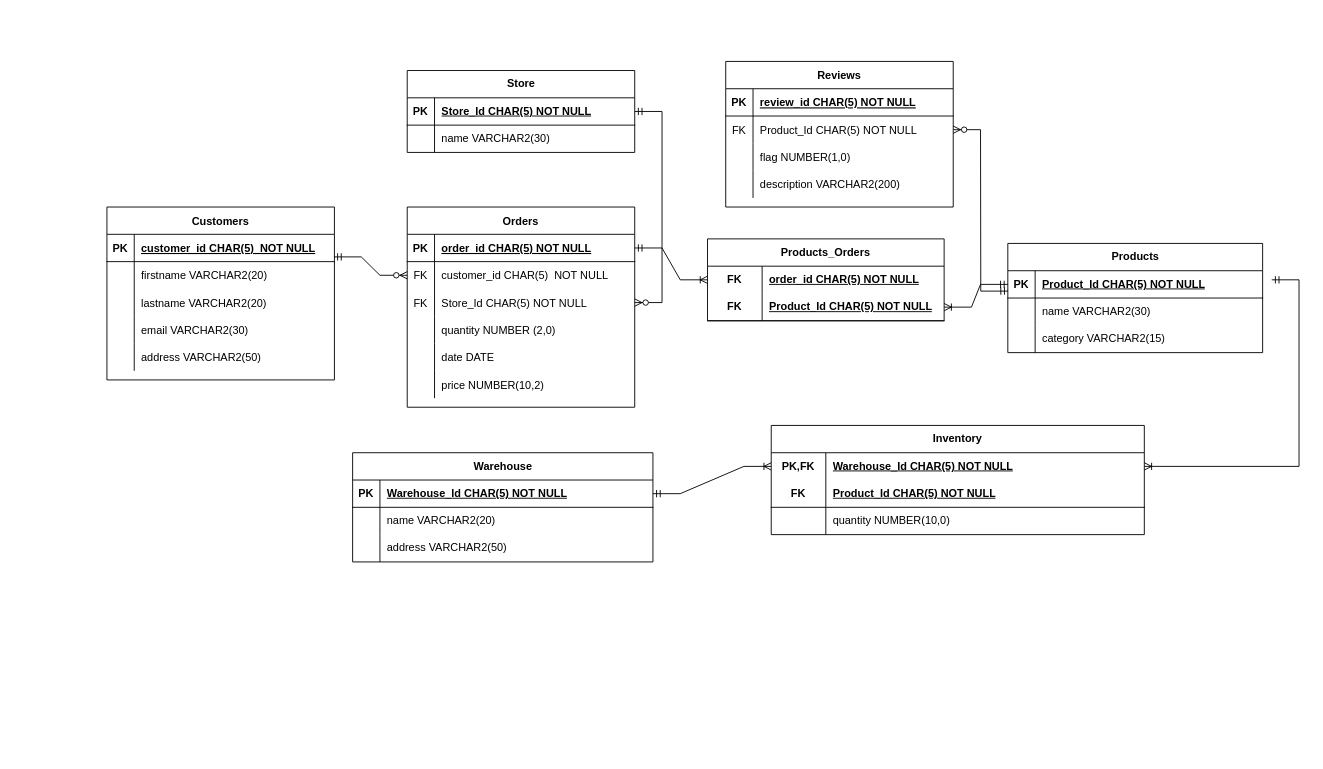
Before: SQL/ERD.drawio in mperusse21/SuperstoreSimulation, a draw.io diagram. Source tidied: cells renumbered, new cells numbered last; positions are measured from the earlier drawing's top-left corner, leaving out a move shared by most shapes. Both pictures are drawn from the tidied source at 91%, with x=0, y=0 at pixel (106, 61).
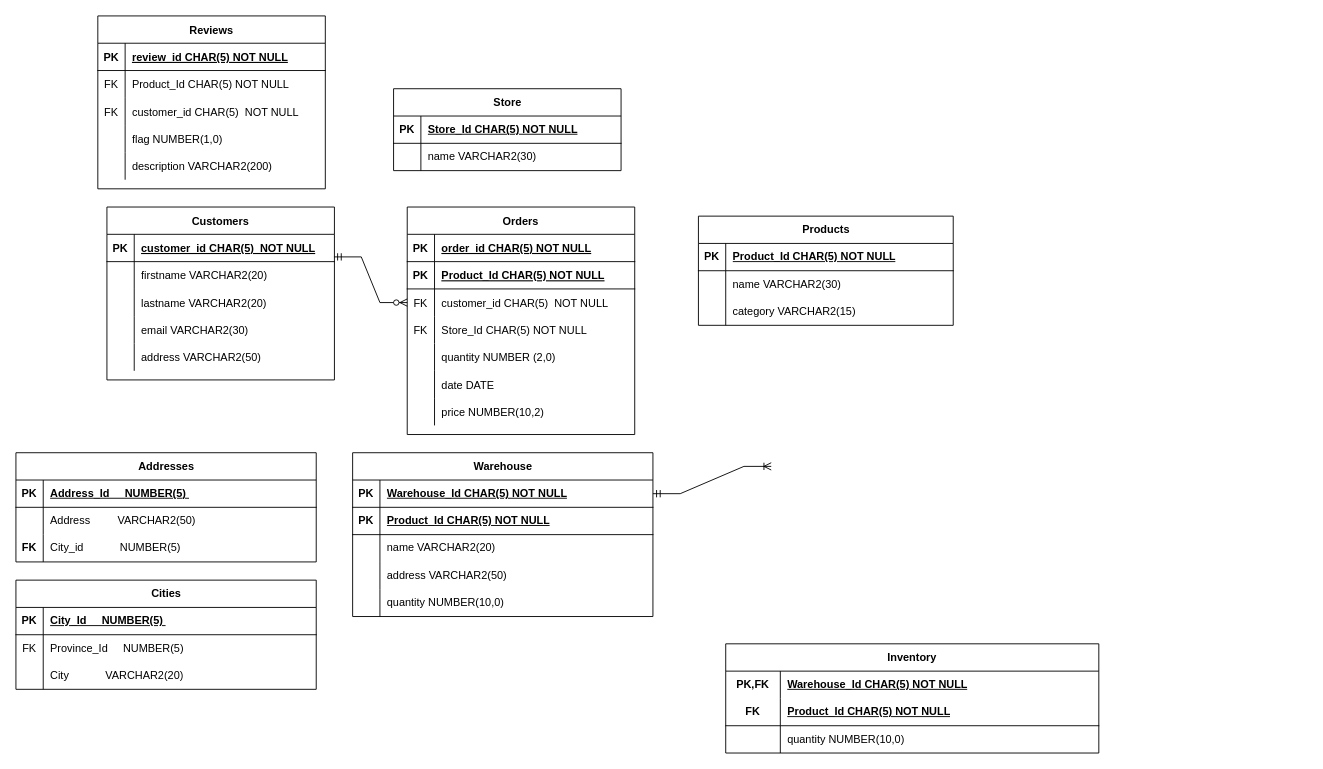
The same diagram, later.

Commit message (it also covers changes not shown here):
Updated ERD and started normalizing

Unchanged cells that the change refers to:
```xml
<mxCell id="3" style="shape=partialRectangle;fillColor=none;points=[[0,0.5],[1,0.5]];portConstraint=eastwest;top=0;left=0;right=0;bottom=1;" parent="2" vertex="1">
  <mxGeometry y="30" width="250" height="30" as="geometry" />
</mxCell>
<mxCell id="25" style="shape=partialRectangle;fillColor=none;points=[[0,0.5],[1,0.5]];portConstraint=eastwest;top=0;left=0;right=0;bottom=0;" parent="21" vertex="1">
  <mxGeometry y="60" width="250" height="30" as="geometry" />
</mxCell>
<mxCell id="35" style="shape=partialRectangle;fillColor=none;points=[[0,0.5],[1,0.5]];portConstraint=eastwest;top=0;left=0;right=0;bottom=1;" parent="34" vertex="1">
  <mxGeometry y="30" width="250" height="30" as="geometry" />
</mxCell>
<mxCell id="51" style="shape=tableRow;horizontal=0;startSize=0;swimlaneHead=0;swimlaneBody=0;fillColor=none;points=[[0,0.5],[1,0.5]];portConstraint=eastwest;top=0;left=0;right=0;bottom=1;" parent="50" vertex="1">
  <mxGeometry y="30" width="250" height="30" as="geometry" />
</mxCell>
<mxCell id="58" style="shape=tableRow;horizontal=0;startSize=0;swimlaneHead=0;swimlaneBody=0;fillColor=none;points=[[0,0.5],[1,0.5]];portConstraint=eastwest;top=0;left=0;right=0;bottom=1;" parent="57" vertex="1">
  <mxGeometry y="30" width="280" height="30" as="geometry" />
</mxCell>
<mxCell id="68" style="shape=tableRow;horizontal=0;startSize=0;swimlaneHead=0;swimlaneBody=0;fillColor=none;points=[[0,0.5],[1,0.5]];portConstraint=eastwest;top=0;left=0;right=0;bottom=1;" parent="67" vertex="1">
  <mxGeometry y="30" width="330" height="30" as="geometry" />
</mxCell>
<mxCell id="85" style="shape=tableRow;horizontal=0;startSize=0;swimlaneHead=0;swimlaneBody=0;fillColor=none;points=[[0,0.5],[1,0.5]];portConstraint=eastwest;top=0;left=0;right=0;bottom=0;html=1;" parent="84" vertex="1">
  <mxGeometry y="30" width="410" height="30" as="geometry" />
</mxCell>
<mxCell id="88" style="shape=tableRow;horizontal=0;startSize=0;swimlaneHead=0;swimlaneBody=0;fillColor=none;top=0;left=0;right=0;bottom=1;html=1;" parent="84" vertex="1">
  <mxGeometry y="60" width="410" height="30" as="geometry" />
</mxCell>
```

The edit, as a diff of the source:
```diff
@@
     <mxCell id="2" value="Orders" style="shape=table;startSize=30;childLayout=tableLayout;rowLines=0;fontStyle=1;align=center;" parent="1" vertex="1">
-      <mxGeometry x="330" y="160" width="250" height="220" as="geometry" />
+      <mxGeometry x="330" y="160" width="250" height="250" as="geometry" />
     </mxCell>
@@
+    <mxCell id="101" style="shape=partialRectangle;fillColor=none;top=0;left=0;right=0;bottom=1;" parent="2" vertex="1">
+      <mxGeometry y="60" width="250" height="30" as="geometry" />
+    </mxCell>
+    <mxCell id="102" value="PK" style="shape=partialRectangle;overflow=hidden;fillColor=none;top=0;left=0;bottom=0;right=0;fontStyle=1;" parent="101" vertex="1">
+      <mxGeometry width="30" height="30" as="geometry" />
+    </mxCell>
+    <mxCell id="103" value="Product_Id CHAR(5) NOT NULL" style="shape=partialRectangle;overflow=hidden;fillColor=none;top=0;left=0;bottom=0;right=0;align=left;spacingLeft=6;fontStyle=5;" parent="101" vertex="1">
+      <mxGeometry x="30" width="220" height="30" as="geometry" />
+    </mxCell>
     <mxCell id="6" style="shape=partialRectangle;fillColor=none;points=[[0,0.5],[1,0.5]];portConstraint=eastwest;top=0;left=0;right=0;bottom=0;" parent="2" vertex="1">
-      <mxGeometry y="60" width="250" height="30" as="geometry" />
+      <mxGeometry y="90" width="250" height="30" as="geometry" />
     </mxCell>
@@
     <mxCell id="9" style="shape=partialRectangle;fillColor=none;points=[[0,0.5],[1,0.5]];portConstraint=eastwest;top=0;left=0;right=0;bottom=0;" parent="2" vertex="1">
-      <mxGeometry y="90" width="250" height="30" as="geometry" />
+      <mxGeometry y="120" width="250" height="30" as="geometry" />
     </mxCell>
@@
     <mxCell id="12" style="shape=partialRectangle;fillColor=none;top=0;left=0;right=0;bottom=0;" parent="2" vertex="1">
-      <mxGeometry y="120" width="250" height="30" as="geometry" />
+      <mxGeometry y="150" width="250" height="30" as="geometry" />
     </mxCell>
@@
     <mxCell id="15" style="shape=partialRectangle;fillColor=none;top=0;left=0;right=0;bottom=0;" parent="2" vertex="1">
-      <mxGeometry y="150" width="250" height="30" as="geometry" />
+      <mxGeometry y="180" width="250" height="30" as="geometry" />
     </mxCell>
@@
     <mxCell id="18" style="shape=partialRectangle;fillColor=none;top=0;left=0;right=0;bottom=0;" parent="2" vertex="1">
-      <mxGeometry y="180" width="250" height="30" as="geometry" />
+      <mxGeometry y="210" width="250" height="30" as="geometry" />
     </mxCell>
@@
     <mxCell id="21" value="Reviews" style="shape=table;startSize=30;childLayout=tableLayout;rowLines=0;fontStyle=1;align=center;" parent="1" vertex="1">
-      <mxGeometry x="680" width="250" height="160" as="geometry" />
+      <mxGeometry x="-10" y="-50" width="250" height="190" as="geometry" />
     </mxCell>
@@
+    <mxCell id="104" style="shape=partialRectangle;fillColor=none;top=0;left=0;right=0;bottom=0;" parent="21" vertex="1">
+      <mxGeometry y="90" width="250" height="30" as="geometry" />
+    </mxCell>
+    <mxCell id="105" value="FK" style="shape=partialRectangle;overflow=hidden;fillColor=none;top=0;left=0;bottom=0;right=0;" parent="104" vertex="1">
+      <mxGeometry width="30" height="30" as="geometry" />
+    </mxCell>
+    <mxCell id="106" value="customer_id CHAR(5)  NOT NULL" style="shape=partialRectangle;overflow=hidden;fillColor=none;top=0;left=0;bottom=0;right=0;align=left;spacingLeft=6;" parent="104" vertex="1">
+      <mxGeometry x="30" width="220" height="30" as="geometry" />
+    </mxCell>
     <mxCell id="28" style="shape=partialRectangle;fillColor=none;top=0;left=0;right=0;bottom=0;" parent="21" vertex="1">
-      <mxGeometry y="90" width="250" height="30" as="geometry" />
+      <mxGeometry y="120" width="250" height="30" as="geometry" />
     </mxCell>
@@
     <mxCell id="31" style="shape=partialRectangle;fillColor=none;top=0;left=0;right=0;bottom=0;" parent="21" vertex="1">
-      <mxGeometry y="120" width="250" height="30" as="geometry" />
+      <mxGeometry y="150" width="250" height="30" as="geometry" />
     </mxCell>
@@
     <mxCell id="50" value="Store" style="shape=table;startSize=30;childLayout=tableLayout;rowLines=0;fontStyle=1;align=center;html=1;" parent="1" vertex="1">
-      <mxGeometry x="330" y="10" width="250" height="90" as="geometry" />
+      <mxGeometry x="315" y="30" width="250" height="90" as="geometry" />
     </mxCell>
@@
     <mxCell id="57" value="Products" style="shape=table;startSize=30;childLayout=tableLayout;rowLines=0;fontStyle=1;align=center;html=1;" parent="1" vertex="1">
-      <mxGeometry x="990" y="200" width="280" height="120" as="geometry" />
+      <mxGeometry x="650" y="170" width="280" height="120" as="geometry" />
     </mxCell>
@@
     <mxCell id="67" value="Warehouse" style="shape=table;startSize=30;childLayout=tableLayout;rowLines=0;fontStyle=1;align=center;html=1;" parent="1" vertex="1">
-      <mxGeometry x="270" y="430" width="330" height="120" as="geometry" />
+      <mxGeometry x="270" y="430" width="330" height="180" as="geometry" />
     </mxCell>
@@
+    <mxCell id="107" style="shape=tableRow;horizontal=0;startSize=0;swimlaneHead=0;swimlaneBody=0;fillColor=none;top=0;left=0;right=0;bottom=1;" parent="67" vertex="1">
+      <mxGeometry y="60" width="330" height="30" as="geometry" />
+    </mxCell>
+    <mxCell id="108" value="PK" style="shape=partialRectangle;fillColor=none;top=0;left=0;bottom=0;right=0;fontStyle=1;overflow=hidden;whiteSpace=wrap;html=1;" parent="107" vertex="1">
+      <mxGeometry width="30" height="30" as="geometry" />
+    </mxCell>
+    <mxCell id="109" value="Product_Id CHAR(5) NOT NULL" style="shape=partialRectangle;fillColor=none;top=0;left=0;bottom=0;right=0;align=left;spacingLeft=6;fontStyle=5;overflow=hidden;whiteSpace=wrap;html=1;" parent="107" vertex="1">
+      <mxGeometry x="30" width="300" height="30" as="geometry" />
+    </mxCell>
     <mxCell id="71" style="shape=tableRow;horizontal=0;startSize=0;swimlaneHead=0;swimlaneBody=0;fillColor=none;top=0;left=0;right=0;bottom=0;" parent="67" vertex="1">
-      <mxGeometry y="60" width="330" height="30" as="geometry" />
+      <mxGeometry y="90" width="330" height="30" as="geometry" />
     </mxCell>
@@
     <mxCell id="74" style="shape=tableRow;horizontal=0;startSize=0;swimlaneHead=0;swimlaneBody=0;fillColor=none;top=0;left=0;right=0;bottom=0;" parent="67" vertex="1">
-      <mxGeometry y="90" width="330" height="30" as="geometry" />
+      <mxGeometry y="120" width="330" height="30" as="geometry" />
     </mxCell>
@@
-    <mxCell id="77" value="Products_Orders" style="shape=table;startSize=30;childLayout=tableLayout;rowLines=0;fontStyle=1;align=center;html=1;whiteSpace=wrap;" parent="1" vertex="1">
-      <mxGeometry x="660" y="195" width="260" height="90" as="geometry" />
-    </mxCell>
-    <mxCell id="78" style="shape=tableRow;horizontal=0;startSize=0;swimlaneHead=0;swimlaneBody=0;fillColor=none;points=[[0,0.5],[1,0.5]];portConstraint=eastwest;top=0;left=0;right=0;bottom=0;html=1;" parent="77" vertex="1">
-      <mxGeometry y="30" width="260" height="30" as="geometry" />
-    </mxCell>
-    <mxCell id="79" value="FK" style="shape=partialRectangle;fillColor=none;top=0;left=0;bottom=0;right=0;fontStyle=1;overflow=hidden;html=1;whiteSpace=wrap;" parent="78" vertex="1">
-      <mxGeometry width="60" height="30" as="geometry" />
-    </mxCell>
-    <mxCell id="80" value="order_id CHAR(5) NOT NULL" style="shape=partialRectangle;fillColor=none;top=0;left=0;bottom=0;right=0;align=left;spacingLeft=6;fontStyle=5;overflow=hidden;html=1;whiteSpace=wrap;" parent="78" vertex="1">
-      <mxGeometry x="60" width="200" height="30" as="geometry" />
-    </mxCell>
-    <mxCell id="81" style="shape=tableRow;horizontal=0;startSize=0;swimlaneHead=0;swimlaneBody=0;fillColor=none;points=[[0,0.5],[1,0.5]];portConstraint=eastwest;top=0;left=0;right=0;bottom=1;html=1;" parent="77" vertex="1">
-      <mxGeometry y="60" width="260" height="30" as="geometry" />
-    </mxCell>
-    <mxCell id="82" value="FK" style="shape=partialRectangle;fillColor=none;top=0;left=0;bottom=0;right=0;fontStyle=1;overflow=hidden;html=1;whiteSpace=wrap;" parent="81" vertex="1">
-      <mxGeometry width="60" height="30" as="geometry" />
-    </mxCell>
-    <mxCell id="83" value="Product_Id CHAR(5) NOT NULL" style="shape=partialRectangle;fillColor=none;top=0;left=0;bottom=0;right=0;align=left;spacingLeft=6;fontStyle=5;overflow=hidden;html=1;whiteSpace=wrap;" parent="81" vertex="1">
-      <mxGeometry x="60" width="200" height="30" as="geometry" />
-    </mxCell>
+    <mxCell id="110" style="shape=tableRow;horizontal=0;startSize=0;swimlaneHead=0;swimlaneBody=0;fillColor=none;top=0;left=0;right=0;bottom=0;" parent="67" vertex="1">
+      <mxGeometry y="150" width="330" height="30" as="geometry" />
+    </mxCell>
+    <mxCell id="111" style="shape=partialRectangle;fillColor=none;top=0;left=0;bottom=0;right=0;overflow=hidden;whiteSpace=wrap;html=1;" parent="110" vertex="1">
+      <mxGeometry width="30" height="30" as="geometry" />
+    </mxCell>
+    <mxCell id="112" value="quantity NUMBER(10,0)" style="shape=partialRectangle;fillColor=none;top=0;left=0;bottom=0;right=0;align=left;spacingLeft=6;overflow=hidden;whiteSpace=wrap;html=1;" parent="110" vertex="1">
+      <mxGeometry x="30" width="300" height="30" as="geometry" />
+    </mxCell>
+    <mxCell id="94" style="edgeStyle=entityRelationEdgeStyle;fontSize=12;html=1;endArrow=ERzeroToMany;startArrow=ERmandOne;rounded=0;exitX=0.998;exitY=0.827;exitDx=0;exitDy=0;exitPerimeter=0;entryX=0;entryY=0.5;entryDx=0;entryDy=0;" parent="1" edge="1" source="35" target="6">
+      <mxGeometry relative="1" as="geometry" />
+    </mxCell>
+    <mxCell id="99" style="edgeStyle=entityRelationEdgeStyle;fontSize=12;html=1;endArrow=ERoneToMany;startArrow=ERmandOne;rounded=0;exitX=1;exitY=0.5;exitDx=0;exitDy=0;entryX=0;entryY=0.5;entryDx=0;entryDy=0;" parent="1" edge="1" source="68">
+      <mxGeometry relative="1" as="geometry">
+        <mxPoint x="730" y="445" as="targetPoint" />
+      </mxGeometry>
+    </mxCell>
+    <mxCell id="113" value="Addresses" style="shape=table;startSize=30;childLayout=tableLayout;rowLines=0;fontStyle=1;align=center;html=1;" parent="1" vertex="1">
+      <mxGeometry x="-100" y="430" width="330" height="120" as="geometry" />
+    </mxCell>
+    <mxCell id="114" style="shape=tableRow;horizontal=0;startSize=0;swimlaneHead=0;swimlaneBody=0;fillColor=none;top=0;left=0;right=0;bottom=1;" parent="113" vertex="1">
+      <mxGeometry y="30" width="330" height="30" as="geometry" />
+    </mxCell>
+    <mxCell id="115" value="PK" style="shape=partialRectangle;fillColor=none;top=0;left=0;bottom=0;right=0;fontStyle=1;overflow=hidden;whiteSpace=wrap;html=1;" parent="114" vertex="1">
+      <mxGeometry width="30" height="30" as="geometry" />
+    </mxCell>
+    <mxCell id="116" value="Address_Id&amp;nbsp; &amp;nbsp; &amp;nbsp;NUMBER(5)&amp;nbsp;" style="shape=partialRectangle;fillColor=none;top=0;left=0;bottom=0;right=0;align=left;spacingLeft=6;fontStyle=5;overflow=hidden;whiteSpace=wrap;html=1;" parent="114" vertex="1">
+      <mxGeometry x="30" width="300" height="30" as="geometry" />
+    </mxCell>
+    <mxCell id="117" style="shape=tableRow;horizontal=0;startSize=0;swimlaneHead=0;swimlaneBody=0;fillColor=none;top=0;left=0;right=0;bottom=0;" parent="113" vertex="1">
+      <mxGeometry y="60" width="330" height="30" as="geometry" />
+    </mxCell>
+    <mxCell id="118" style="shape=partialRectangle;fillColor=none;top=0;left=0;bottom=0;right=0;overflow=hidden;whiteSpace=wrap;html=1;" parent="117" vertex="1">
+      <mxGeometry width="30" height="30" as="geometry" />
+    </mxCell>
+    <mxCell id="119" value="Address&amp;nbsp; &amp;nbsp; &amp;nbsp; &amp;nbsp; &amp;nbsp;VARCHAR2(50)" style="shape=partialRectangle;fillColor=none;top=0;left=0;bottom=0;right=0;align=left;spacingLeft=6;overflow=hidden;whiteSpace=wrap;html=1;" parent="117" vertex="1">
+      <mxGeometry x="30" width="300" height="30" as="geometry" />
+    </mxCell>
+    <mxCell id="120" style="shape=tableRow;horizontal=0;startSize=0;swimlaneHead=0;swimlaneBody=0;fillColor=none;top=0;left=0;right=0;bottom=0;" parent="113" vertex="1">
+      <mxGeometry y="90" width="330" height="30" as="geometry" />
+    </mxCell>
+    <mxCell id="121" value="&lt;b&gt;FK&lt;/b&gt;" style="shape=partialRectangle;fillColor=none;top=0;left=0;bottom=0;right=0;overflow=hidden;whiteSpace=wrap;html=1;" parent="120" vertex="1">
+      <mxGeometry width="30" height="30" as="geometry" />
+    </mxCell>
+    <mxCell id="122" value="City_id&amp;nbsp; &amp;nbsp; &amp;nbsp; &amp;nbsp; &amp;nbsp; &amp;nbsp;&amp;nbsp;NUMBER(5)&amp;nbsp;" style="shape=partialRectangle;fillColor=none;top=0;left=0;bottom=0;right=0;align=left;spacingLeft=6;overflow=hidden;whiteSpace=wrap;html=1;" parent="120" vertex="1">
+      <mxGeometry x="30" width="300" height="30" as="geometry" />
+    </mxCell>
+    <mxCell id="123" value="Cities" style="shape=table;startSize=30;childLayout=tableLayout;rowLines=0;fontStyle=1;align=center;html=1;" parent="1" vertex="1">
+      <mxGeometry x="-100" y="570" width="330" height="120" as="geometry" />
+    </mxCell>
+    <mxCell id="124" style="shape=tableRow;horizontal=0;startSize=0;swimlaneHead=0;swimlaneBody=0;fillColor=none;top=0;left=0;right=0;bottom=1;" parent="123" vertex="1">
+      <mxGeometry y="30" width="330" height="30" as="geometry" />
+    </mxCell>
+    <mxCell id="125" value="PK" style="shape=partialRectangle;fillColor=none;top=0;left=0;bottom=0;right=0;fontStyle=1;overflow=hidden;whiteSpace=wrap;html=1;" parent="124" vertex="1">
+      <mxGeometry width="30" height="30" as="geometry" />
+    </mxCell>
+    <mxCell id="126" value="City_Id&amp;nbsp; &amp;nbsp; &amp;nbsp;NUMBER(5)&amp;nbsp;" style="shape=partialRectangle;fillColor=none;top=0;left=0;bottom=0;right=0;align=left;spacingLeft=6;fontStyle=5;overflow=hidden;whiteSpace=wrap;html=1;" parent="124" vertex="1">
+      <mxGeometry x="30" width="300" height="30" as="geometry" />
+    </mxCell>
+    <mxCell id="127" style="shape=tableRow;horizontal=0;startSize=0;swimlaneHead=0;swimlaneBody=0;fillColor=none;top=0;left=0;right=0;bottom=0;" parent="123" vertex="1">
+      <mxGeometry y="60" width="330" height="30" as="geometry" />
+    </mxCell>
+    <mxCell id="128" value="FK" style="shape=partialRectangle;fillColor=none;top=0;left=0;bottom=0;right=0;overflow=hidden;whiteSpace=wrap;html=1;" parent="127" vertex="1">
+      <mxGeometry width="30" height="30" as="geometry" />
+    </mxCell>
+    <mxCell id="129" value="Province_Id&amp;nbsp; &amp;nbsp; &amp;nbsp;NUMBER(5)&amp;nbsp;" style="shape=partialRectangle;fillColor=none;top=0;left=0;bottom=0;right=0;align=left;spacingLeft=6;overflow=hidden;whiteSpace=wrap;html=1;" parent="127" vertex="1">
+      <mxGeometry x="30" width="300" height="30" as="geometry" />
+    </mxCell>
+    <mxCell id="130" style="shape=tableRow;horizontal=0;startSize=0;swimlaneHead=0;swimlaneBody=0;fillColor=none;top=0;left=0;right=0;bottom=0;" parent="123" vertex="1">
+      <mxGeometry y="90" width="330" height="30" as="geometry" />
+    </mxCell>
+    <mxCell id="131" style="shape=partialRectangle;fillColor=none;top=0;left=0;bottom=0;right=0;overflow=hidden;whiteSpace=wrap;html=1;" parent="130" vertex="1">
+      <mxGeometry width="30" height="30" as="geometry" />
+    </mxCell>
+    <mxCell id="132" value="City&amp;nbsp; &amp;nbsp; &amp;nbsp; &amp;nbsp; &amp;nbsp; &amp;nbsp; VARCHAR2(20)" style="shape=partialRectangle;fillColor=none;top=0;left=0;bottom=0;right=0;align=left;spacingLeft=6;overflow=hidden;whiteSpace=wrap;html=1;" parent="130" vertex="1">
+      <mxGeometry x="30" width="300" height="30" as="geometry" />
+    </mxCell>
     <mxCell id="84" value="Inventory" style="shape=table;startSize=30;childLayout=tableLayout;rowLines=0;fontStyle=1;align=center;html=1;whiteSpace=wrap;" parent="1" vertex="1">
-      <mxGeometry x="730" y="400" width="410" height="120" as="geometry" />
+      <mxGeometry x="680" y="640" width="410" height="120" as="geometry" />
     </mxCell>
@@
-    <mxCell id="89" value="FK" style="shape=partialRectangle;fillColor=none;top=0;left=0;bottom=0;right=0;fontStyle=1;overflow=hidden;html=1;whiteSpace=wrap;" parent="88" vertex="1">
-      <mxGeometry width="60" height="30" as="geometry" />
-    </mxCell>
+    <mxCell id="133" value="FK" style="shape=partialRectangle;fillColor=none;top=0;left=0;bottom=0;right=0;fontStyle=1;overflow=hidden;html=1;whiteSpace=wrap;" parent="88" vertex="1">
+      <mxGeometry width="60" height="30" as="geometry" />
+    </mxCell>
@@
-    <mxCell id="94" style="edgeStyle=entityRelationEdgeStyle;fontSize=12;html=1;endArrow=ERzeroToMany;startArrow=ERmandOne;rounded=0;exitX=0.998;exitY=0.827;exitDx=0;exitDy=0;exitPerimeter=0;entryX=0;entryY=0.5;entryDx=0;entryDy=0;" parent="1" edge="1" source="35" target="6">
-      <mxGeometry relative="1" as="geometry" />
-    </mxCell>
-    <mxCell id="95" style="edgeStyle=entityRelationEdgeStyle;fontSize=12;html=1;endArrow=ERoneToMany;startArrow=ERmandOne;rounded=0;exitX=1;exitY=0.5;exitDx=0;exitDy=0;entryX=0;entryY=0.5;entryDx=0;entryDy=0;" parent="1" edge="1" source="3" target="78">
-      <mxGeometry relative="1" as="geometry" />
-    </mxCell>
-    <mxCell id="96" style="edgeStyle=entityRelationEdgeStyle;fontSize=12;html=1;endArrow=ERoneToMany;startArrow=ERmandOne;rounded=0;exitX=0;exitY=0.5;exitDx=0;exitDy=0;entryX=1;entryY=0.5;entryDx=0;entryDy=0;" parent="1" edge="1" source="58" target="81">
-      <mxGeometry relative="1" as="geometry" />
-    </mxCell>
-    <mxCell id="97" style="edgeStyle=entityRelationEdgeStyle;fontSize=12;html=1;endArrow=ERzeroToMany;startArrow=ERmandOne;rounded=0;exitX=1;exitY=0.5;exitDx=0;exitDy=0;entryX=1;entryY=0.5;entryDx=0;entryDy=0;" parent="1" edge="1" source="51" target="9">
-      <mxGeometry relative="1" as="geometry" />
-    </mxCell>
-    <mxCell id="98" style="edgeStyle=entityRelationEdgeStyle;fontSize=12;html=1;endArrow=ERzeroToMany;startArrow=ERmandOne;rounded=0;exitX=0.001;exitY=0.747;exitDx=0;exitDy=0;entryX=1;entryY=0.5;entryDx=0;entryDy=0;exitPerimeter=0;" parent="1" edge="1" source="58" target="25">
-      <mxGeometry relative="1" as="geometry" />
-    </mxCell>
-    <mxCell id="99" style="edgeStyle=entityRelationEdgeStyle;fontSize=12;html=1;endArrow=ERoneToMany;startArrow=ERmandOne;rounded=0;exitX=1;exitY=0.5;exitDx=0;exitDy=0;entryX=0;entryY=0.5;entryDx=0;entryDy=0;" parent="1" edge="1" source="68" target="85">
-      <mxGeometry relative="1" as="geometry" />
-    </mxCell>
-    <mxCell id="100" style="edgeStyle=entityRelationEdgeStyle;fontSize=12;html=1;endArrow=ERoneToMany;startArrow=ERmandOne;rounded=0;entryX=1;entryY=0.5;entryDx=0;entryDy=0;" parent="1" edge="1" target="85">
-      <mxGeometry relative="1" as="geometry">
-        <mxPoint x="1280" y="240" as="sourcePoint" />
-      </mxGeometry>
-    </mxCell>
```
